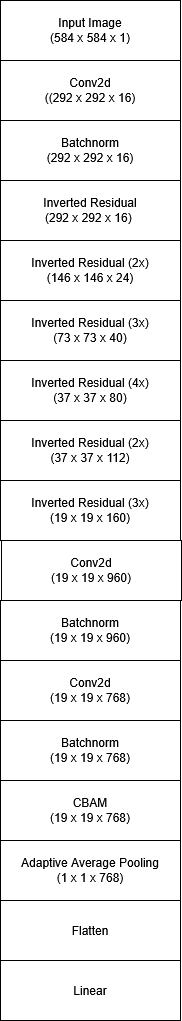
Before: images/MobileNet model.png, a diagram exported from draw.io (Song-Ming/report). Source tidied: cells renumbered, new cells last; positions are measured from the earlier drawing's top-left corner, leaving out a move shared by most shapes. Its diagram source:
```xml
<mxGraphModel>
  <root>
    <mxCell id="0" />
    <mxCell id="1" parent="0" />
    <mxCell id="2" value="&lt;div&gt;Conv2d&lt;/div&gt;&lt;div&gt;((292 x 292 x 16)&lt;/div&gt;" style="rounded=0;whiteSpace=wrap;html=1;" parent="1" vertex="1">
      <mxGeometry y="60" width="180" height="60" as="geometry" />
    </mxCell>
    <mxCell id="3" value="&lt;div&gt;Input Image&lt;/div&gt;&lt;div&gt;(584 x 584 x 1)&lt;/div&gt;" style="rounded=0;whiteSpace=wrap;html=1;" parent="1" vertex="1">
      <mxGeometry width="180" height="60" as="geometry" />
    </mxCell>
    <mxCell id="4" value="&lt;div&gt;Batchnorm&lt;/div&gt;(292 x 292 x 16)" style="rounded=0;whiteSpace=wrap;html=1;" parent="1" vertex="1">
      <mxGeometry y="120" width="180" height="60" as="geometry" />
    </mxCell>
    <mxCell id="5" value="&lt;div&gt;Inverted Residual&lt;/div&gt;&lt;div&gt;(292 x 292 x 16)&amp;nbsp;&lt;/div&gt;" style="rounded=0;whiteSpace=wrap;html=1;" parent="1" vertex="1">
      <mxGeometry y="180" width="180" height="60" as="geometry" />
    </mxCell>
    <mxCell id="6" value="&lt;div&gt;Inverted Residual (2x)&lt;/div&gt;&lt;div&gt;(146 x 146 x 24)&lt;/div&gt;" style="rounded=0;whiteSpace=wrap;html=1;" parent="1" vertex="1">
      <mxGeometry y="240" width="180" height="60" as="geometry" />
    </mxCell>
    <mxCell id="7" value="&lt;div&gt;Inverted Residual (3x)&lt;/div&gt;&lt;div&gt;(73 x 73 x 40)&lt;/div&gt;" style="rounded=0;whiteSpace=wrap;html=1;" parent="1" vertex="1">
      <mxGeometry y="300" width="180" height="60" as="geometry" />
    </mxCell>
    <mxCell id="8" value="&lt;div&gt;Inverted Residual (4x)&lt;/div&gt;&lt;div&gt;(37 x 37 x 80)&lt;/div&gt;" style="rounded=0;whiteSpace=wrap;html=1;" parent="1" vertex="1">
      <mxGeometry y="360" width="180" height="60" as="geometry" />
    </mxCell>
    <mxCell id="9" value="&lt;div&gt;Inverted Residual (2x)&lt;/div&gt;&lt;div&gt;(37 x 37 x 112)&lt;/div&gt;" style="rounded=0;whiteSpace=wrap;html=1;" parent="1" vertex="1">
      <mxGeometry y="420" width="180" height="60" as="geometry" />
    </mxCell>
    <mxCell id="10" value="&lt;div&gt;Inverted Residual (3x)&lt;/div&gt;&lt;div&gt;(19 x 19 x 160)&lt;/div&gt;" style="rounded=0;whiteSpace=wrap;html=1;" parent="1" vertex="1">
      <mxGeometry y="480" width="180" height="60" as="geometry" />
    </mxCell>
    <mxCell id="11" value="&lt;div&gt;Conv2d&lt;/div&gt;&lt;div&gt;(19 x 19 x 960)&lt;/div&gt;" style="rounded=0;whiteSpace=wrap;html=1;" parent="1" vertex="1">
      <mxGeometry x="1" y="540" width="180" height="60" as="geometry" />
    </mxCell>
    <mxCell id="12" value="&lt;div&gt;Batchnorm&lt;/div&gt;(19 x 19 x 960)" style="rounded=0;whiteSpace=wrap;html=1;" parent="1" vertex="1">
      <mxGeometry y="600" width="180" height="60" as="geometry" />
    </mxCell>
    <mxCell id="13" value="&lt;div&gt;Conv2d&lt;/div&gt;&lt;div&gt;(19 x 19 x 768)&lt;/div&gt;" style="rounded=0;whiteSpace=wrap;html=1;" parent="1" vertex="1">
      <mxGeometry y="660" width="180" height="60" as="geometry" />
    </mxCell>
    <mxCell id="14" value="&lt;div&gt;Batchnorm&lt;/div&gt;(19 x 19 x 768)" style="rounded=0;whiteSpace=wrap;html=1;" parent="1" vertex="1">
      <mxGeometry y="720" width="180" height="60" as="geometry" />
    </mxCell>
    <mxCell id="15" value="&lt;div&gt;CBAM&lt;/div&gt;(19 x 19 x 768)" style="rounded=0;whiteSpace=wrap;html=1;" parent="1" vertex="1">
      <mxGeometry y="780" width="180" height="60" as="geometry" />
    </mxCell>
    <mxCell id="16" value="Flatten" style="rounded=0;whiteSpace=wrap;html=1;" parent="1" vertex="1">
      <mxGeometry y="900" width="180" height="60" as="geometry" />
    </mxCell>
    <mxCell id="17" value="Linear" style="rounded=0;whiteSpace=wrap;html=1;" parent="1" vertex="1">
      <mxGeometry y="960" width="180" height="60" as="geometry" />
    </mxCell>
    <mxCell id="18" value="&lt;div&gt;Adaptive Average Pooling&lt;/div&gt;(1 x 1 x 768)" style="rounded=0;whiteSpace=wrap;html=1;" parent="1" vertex="1">
      <mxGeometry y="840" width="180" height="60" as="geometry" />
    </mxCell>
  </root>
</mxGraphModel>
```
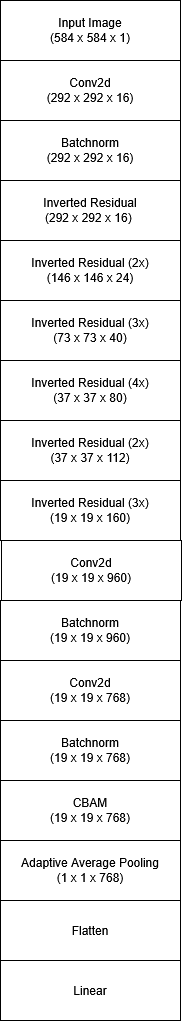
The same diagram one commit later.

Change to the diagram source:
```diff
@@ -2,7 +2,7 @@
   <root>
     <mxCell id="0" />
     <mxCell id="1" parent="0" />
-    <mxCell id="2" value="&lt;div&gt;Conv2d&lt;/div&gt;&lt;div&gt;((292 x 292 x 16)&lt;/div&gt;" style="rounded=0;whiteSpace=wrap;html=1;" parent="1" vertex="1">
+    <mxCell id="2" value="&lt;div&gt;Conv2d&lt;/div&gt;&lt;div&gt;(292 x 292 x 16)&lt;/div&gt;" style="rounded=0;whiteSpace=wrap;html=1;" parent="1" vertex="1">
       <mxGeometry y="60" width="180" height="60" as="geometry" />
     </mxCell>
     <mxCell id="3" value="&lt;div&gt;Input Image&lt;/div&gt;&lt;div&gt;(584 x 584 x 1)&lt;/div&gt;" style="rounded=0;whiteSpace=wrap;html=1;" parent="1" vertex="1">
```
